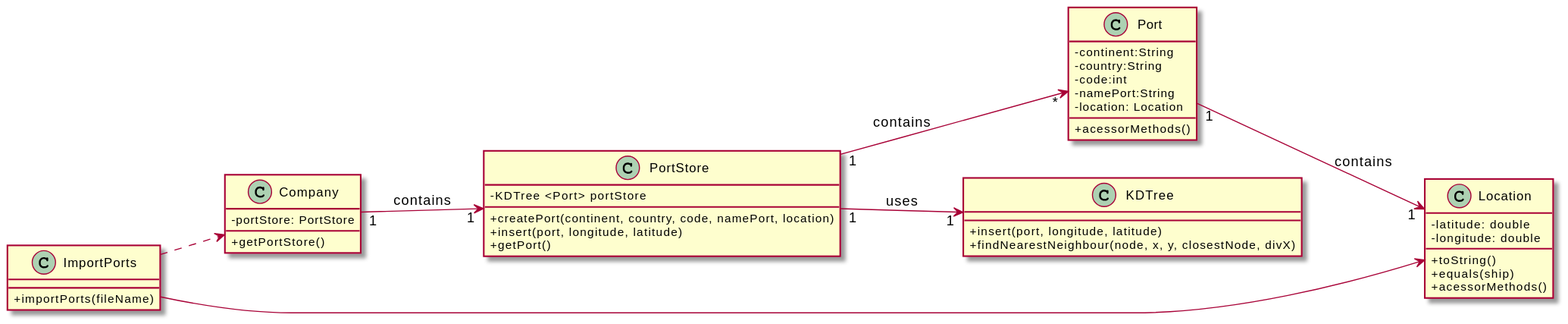
RuiRioPina/CargoMaster keeps this PlantUML diagram as docs/Sprint 2/US201/US201_CD.svg. Above is the earlier version. Source of this version:
```plantuml
@startuml
skinparam classAttributeIconSize 0
left to right direction

class Company{
-portStore: PortStore
+getPortStore()
}

class Location{
- latitude: double
- longitude: double
+toString()
+equals(ship)
+acessorMethods()
}

class "Port"{
-continent:String
-country:String
-code:int
-namePort:String
-location: Location
+acessorMethods()
}

class PortStore {
  -KDTree <Port> portStore
  +createPort(continent, country, code, namePort, location)
  +insert(port, longitude, latitude)
  +getPort()
}

class KDTree {
+insert(port, longitude, latitude)
+findNearestNeighbour(node, x, y, closestNode, divX)
}

class ImportPorts {
+importPorts(fileName)
}


ImportPorts --> Location
ImportPorts ..> Company
Company "1" --> "1" PortStore :contains
PortStore "1" --> "*" Port: contains
Port "1" --> "1" Location: contains
PortStore "1" --> "1" KDTree: uses
@enduml
```
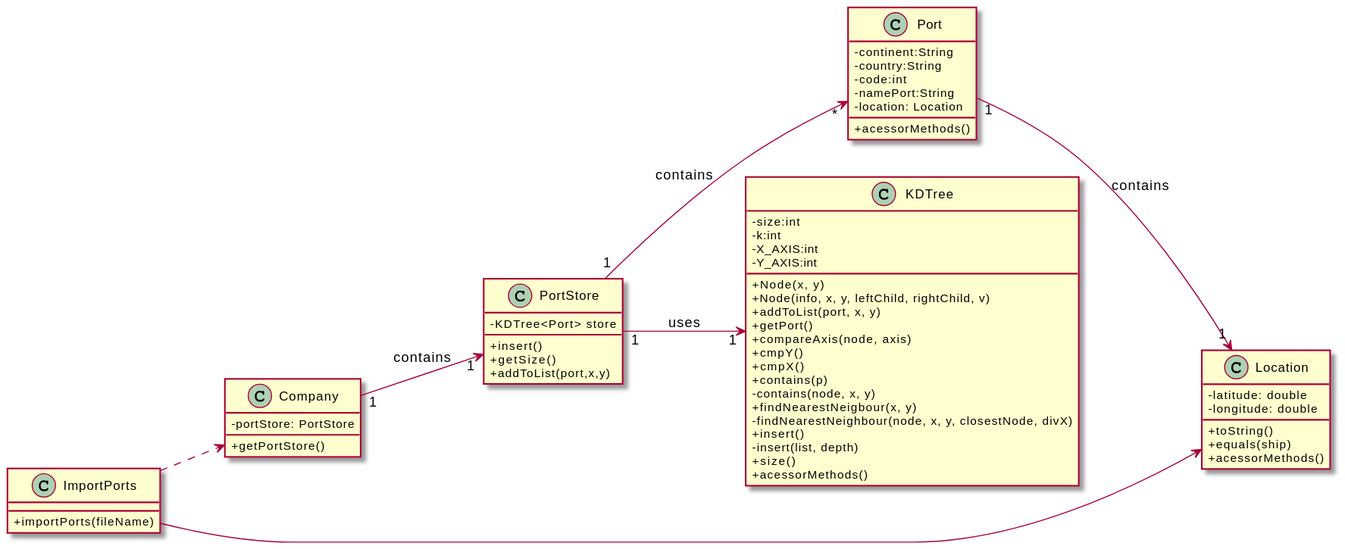
The same file after the commit.

Change to the diagram source:
```diff
@@ -25,15 +25,32 @@
 }
 
 class PortStore {
-  -KDTree <Port> portStore
-  +createPort(continent, country, code, namePort, location)
-  +insert(port, longitude, latitude)
-  +getPort()
+-KDTree<Port> store
++insert()
++getSize()
++addToList(port,x,y)
 }
 
 class KDTree {
-+insert(port, longitude, latitude)
-+findNearestNeighbour(node, x, y, closestNode, divX)
+  -size:int
+-k:int
+-X_AXIS:int
+-Y_AXIS:int
+  +Node(x, y)
+  +Node(info, x, y, leftChild, rightChild, v)
+  +addToList(port, x, y)
+  +getPort()
++compareAxis(node, axis)
++cmpY()
++cmpX()
++contains(p)
+-contains(node, x, y)
++findNearestNeigbour(x, y)
+-findNearestNeighbour(node, x, y, closestNode, divX)
++insert()
+-insert(list, depth)
++size()
++acessorMethods()
 }
 
 class ImportPorts {
```
